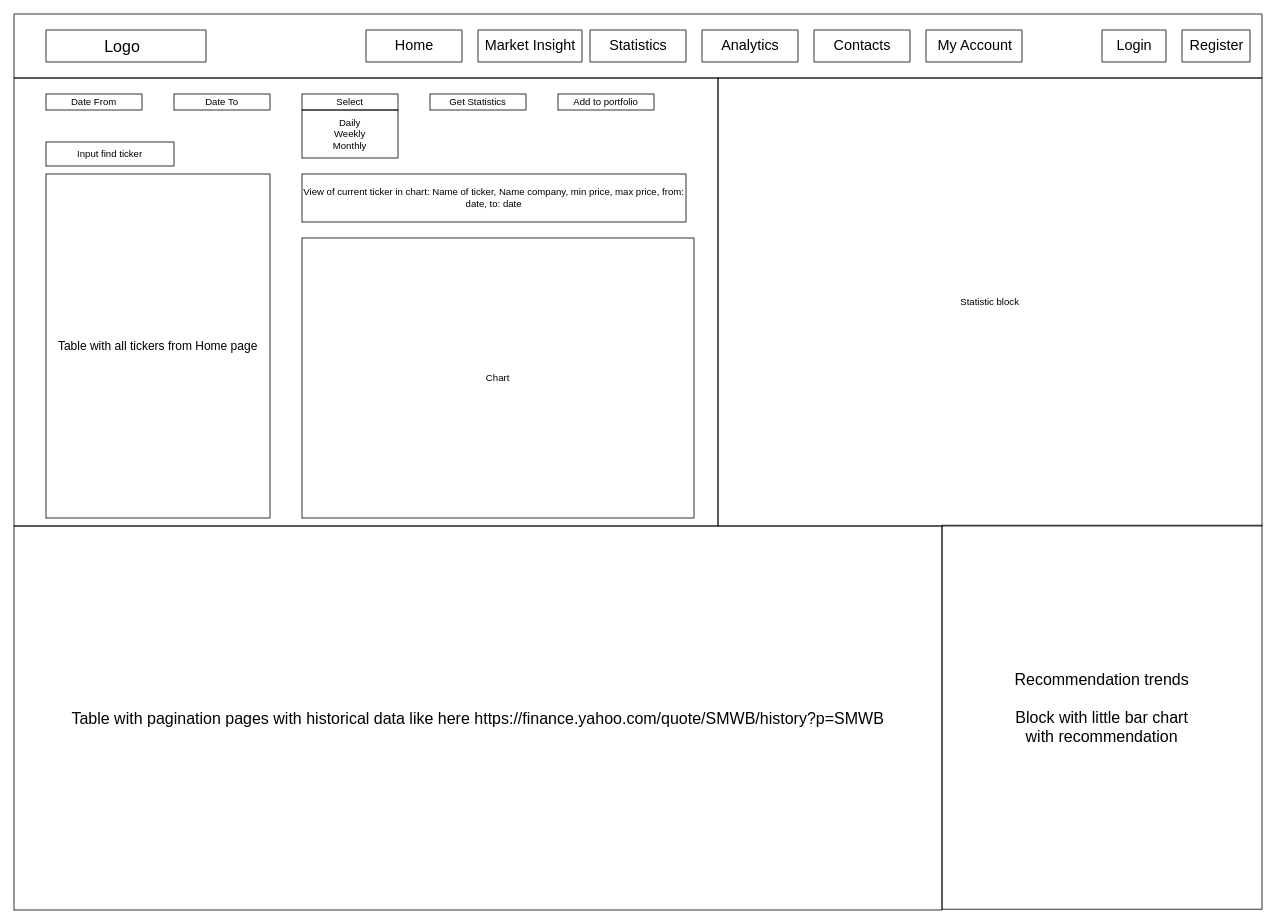
The draw.io diagram Fin-Tech-Design/FinProject_Design_Statistics.drawio in Finance-Tech-Project/Fin-Tech-Design, before the edit. Source tidied: cells renumbered, new cells numbered last; positions are measured from the earlier drawing's top-left corner, leaving out a move shared by most shapes. Both pictures are drawn from the tidied source at 80%, with x=0, y=0 at pixel (14, 14).
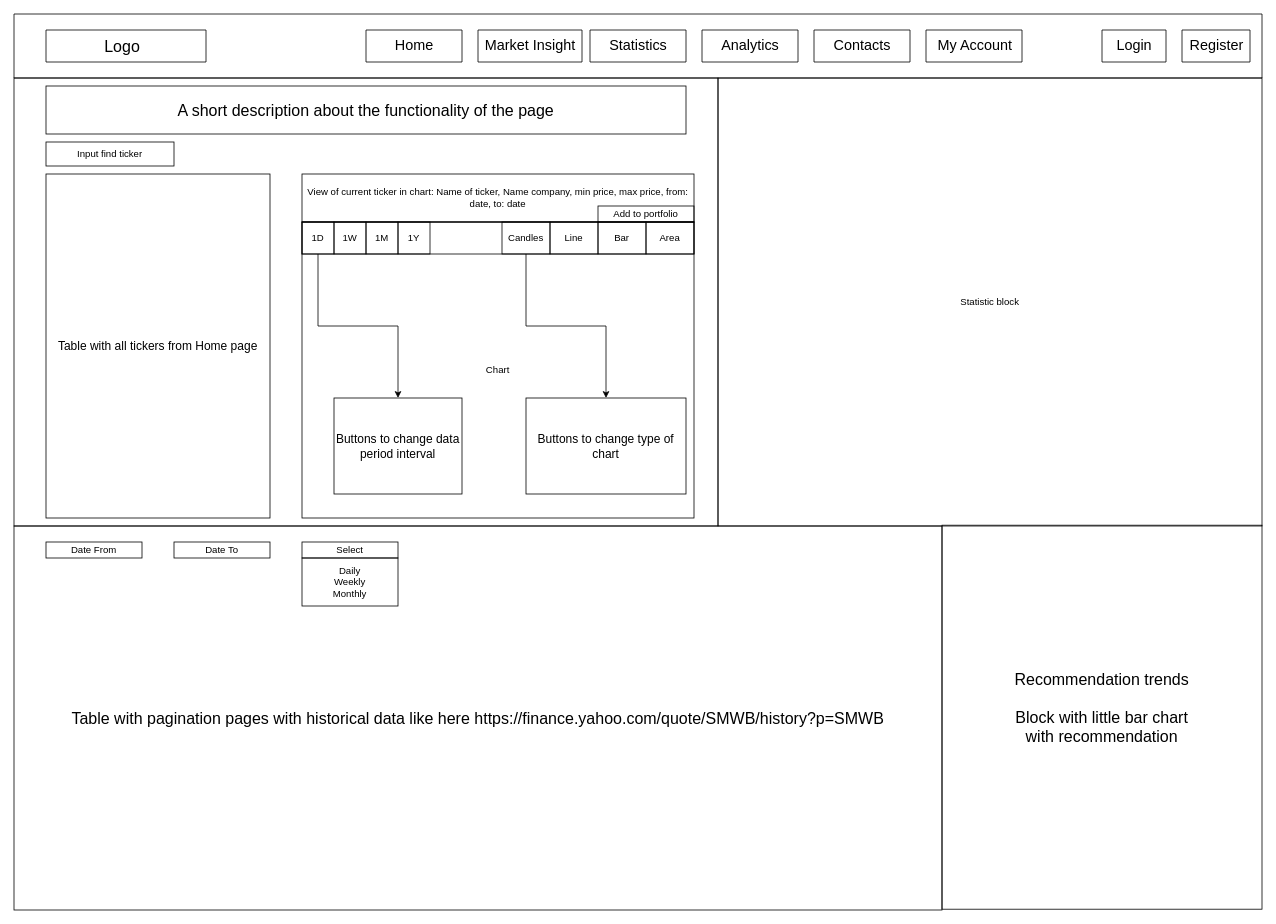
Above is the later version.

Change to the diagram source:
```diff
@@
     <mxCell id="22" value="Date From" style="rounded=0;whiteSpace=wrap;html=1;fillColor=none;" parent="1" vertex="1">
-      <mxGeometry x="40" y="100" width="120" height="20" as="geometry" />
+      <mxGeometry x="40" y="660" width="120" height="20" as="geometry" />
     </mxCell>
     <mxCell id="23" value="Date To" style="rounded=0;whiteSpace=wrap;html=1;fillColor=none;" parent="1" vertex="1">
-      <mxGeometry x="200" y="100" width="120" height="20" as="geometry" />
+      <mxGeometry x="200" y="660" width="120" height="20" as="geometry" />
     </mxCell>
     <mxCell id="24" value="Select" style="rounded=0;whiteSpace=wrap;html=1;fillColor=none;" parent="1" vertex="1">
-      <mxGeometry x="360" y="100" width="120" height="20" as="geometry" />
+      <mxGeometry x="360" y="660" width="120" height="20" as="geometry" />
     </mxCell>
     <mxCell id="25" value="Daily&lt;br&gt;Weekly&lt;br&gt;Monthly" style="rounded=0;whiteSpace=wrap;html=1;fillColor=none;" parent="1" vertex="1">
-      <mxGeometry x="360" y="120" width="120" height="60" as="geometry" />
+      <mxGeometry x="360" y="680" width="120" height="60" as="geometry" />
     </mxCell>
-    <mxCell id="26" value="Get Statistics" style="rounded=0;whiteSpace=wrap;html=1;fillColor=none;" parent="1" vertex="1">
-      <mxGeometry x="520" y="100" width="120" height="20" as="geometry" />
-    </mxCell>
     <mxCell id="27" value="Add to portfolio" style="rounded=0;whiteSpace=wrap;html=1;fillColor=none;" parent="1" vertex="1">
-      <mxGeometry x="680" y="100" width="120" height="20" as="geometry" />
+      <mxGeometry x="730" y="240" width="120" height="20" as="geometry" />
     </mxCell>
     <mxCell id="28" value="Chart" style="rounded=0;whiteSpace=wrap;html=1;fillColor=none;" parent="1" vertex="1">
-      <mxGeometry x="360" y="280" width="490" height="350" as="geometry" />
+      <mxGeometry x="360" y="260" width="490" height="370" as="geometry" />
     </mxCell>
@@
     <mxCell id="30" value="View of current ticker in chart: Name of ticker, Name company, min price, max price, from: date, to: date" style="rounded=0;whiteSpace=wrap;html=1;fillColor=none;" parent="1" vertex="1">
-      <mxGeometry x="360" y="200" width="480" height="60" as="geometry" />
+      <mxGeometry x="360" y="200" width="490" height="60" as="geometry" />
     </mxCell>
@@
+    <mxCell id="35" value="&lt;font style=&quot;font-size: 20px;&quot;&gt;A short description about the functionality of the page&lt;/font&gt;" style="rounded=0;whiteSpace=wrap;html=1;fillColor=none;" parent="1" vertex="1">
+      <mxGeometry x="40" y="90" width="800" height="60" as="geometry" />
+    </mxCell>
+    <mxCell id="36" style="rounded=0;whiteSpace=wrap;html=1;fillColor=none;" parent="1" vertex="1">
+      <mxGeometry x="360" y="260" width="490" height="40" as="geometry" />
+    </mxCell>
+    <mxCell id="37" style="edgeStyle=orthogonalEdgeStyle;rounded=0;jettySize=auto;html=1;" parent="1" edge="1" source="38" target="47">
+      <mxGeometry relative="1" as="geometry" />
+    </mxCell>
+    <mxCell id="38" value="1D" style="rounded=0;whiteSpace=wrap;html=1;fillColor=none;" parent="1" vertex="1">
+      <mxGeometry x="360" y="260" width="40" height="40" as="geometry" />
+    </mxCell>
+    <mxCell id="39" value="1W" style="rounded=0;whiteSpace=wrap;html=1;fillColor=none;" parent="1" vertex="1">
+      <mxGeometry x="400" y="260" width="40" height="40" as="geometry" />
+    </mxCell>
+    <mxCell id="40" value="1M" style="rounded=0;whiteSpace=wrap;html=1;fillColor=none;" parent="1" vertex="1">
+      <mxGeometry x="440" y="260" width="40" height="40" as="geometry" />
+    </mxCell>
+    <mxCell id="41" value="1Y" style="rounded=0;whiteSpace=wrap;html=1;fillColor=none;" parent="1" vertex="1">
+      <mxGeometry x="480" y="260" width="40" height="40" as="geometry" />
+    </mxCell>
+    <mxCell id="42" style="edgeStyle=orthogonalEdgeStyle;rounded=0;jettySize=auto;html=1;" parent="1" edge="1" source="43" target="48">
+      <mxGeometry relative="1" as="geometry" />
+    </mxCell>
+    <mxCell id="43" value="Candles" style="rounded=0;whiteSpace=wrap;html=1;fillColor=none;" parent="1" vertex="1">
+      <mxGeometry x="610" y="260" width="60" height="40" as="geometry" />
+    </mxCell>
+    <mxCell id="44" value="Line" style="rounded=0;whiteSpace=wrap;html=1;fillColor=none;" parent="1" vertex="1">
+      <mxGeometry x="670" y="260" width="60" height="40" as="geometry" />
+    </mxCell>
+    <mxCell id="45" value="Bar" style="rounded=0;whiteSpace=wrap;html=1;fillColor=none;" parent="1" vertex="1">
+      <mxGeometry x="730" y="260" width="60" height="40" as="geometry" />
+    </mxCell>
+    <mxCell id="46" value="Area" style="rounded=0;whiteSpace=wrap;html=1;fillColor=none;" parent="1" vertex="1">
+      <mxGeometry x="790" y="260" width="60" height="40" as="geometry" />
+    </mxCell>
+    <mxCell id="47" value="&lt;font style=&quot;font-size: 15px;&quot;&gt;Buttons to change data period interval&lt;/font&gt;" style="rounded=0;whiteSpace=wrap;html=1;fillColor=none;" parent="1" vertex="1">
+      <mxGeometry x="400" y="480" width="160" height="120" as="geometry" />
+    </mxCell>
+    <mxCell id="48" value="&lt;font style=&quot;font-size: 15px;&quot;&gt;Buttons to change type of chart&lt;/font&gt;" style="rounded=0;whiteSpace=wrap;html=1;fillColor=none;" parent="1" vertex="1">
+      <mxGeometry x="640" y="480" width="200" height="120" as="geometry" />
+    </mxCell>
```
